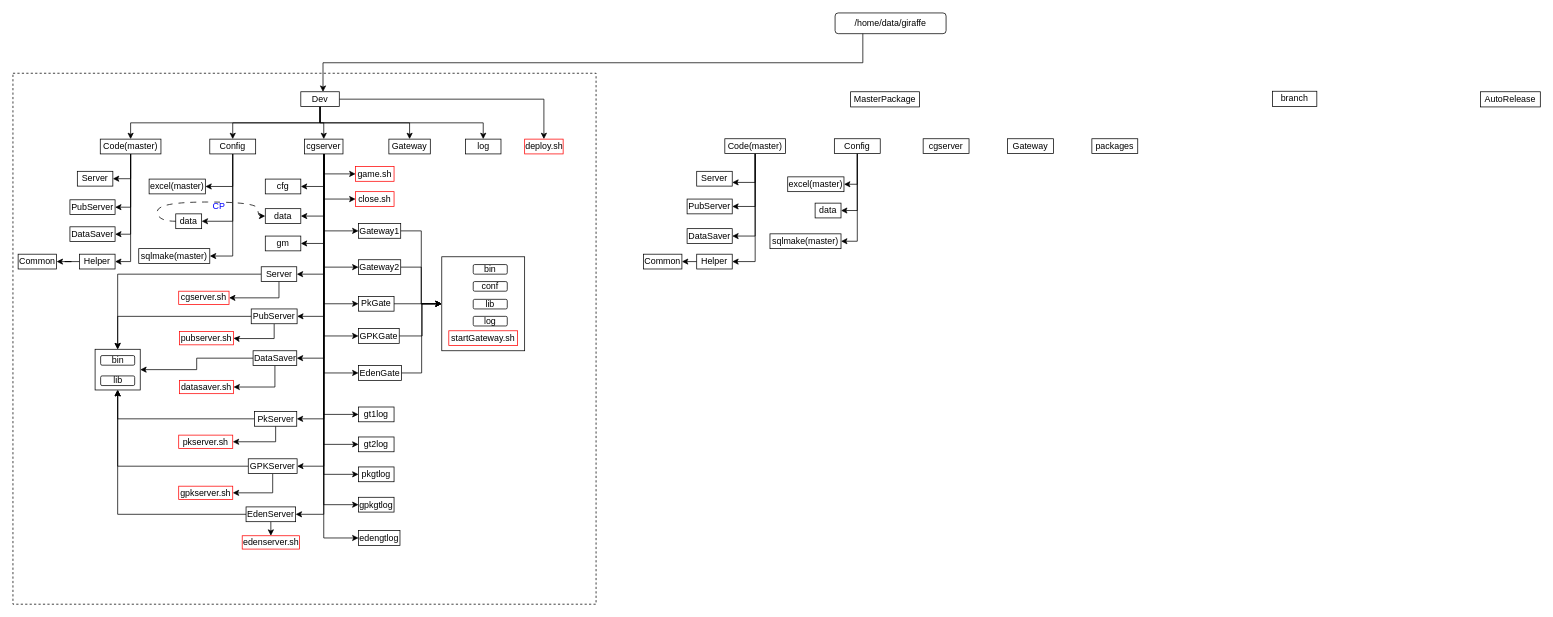
Earlier version of the draw.io diagram cgArch.drawio (xiaodongYao/DrawIO). Source tidied: cells renumbered, new cells numbered last; positions are measured from the earlier drawing's top-left corner, leaving out a move shared by most shapes. Both pictures are drawn from the tidied source at 74%, with x=0, y=0 at pixel (13, 13).
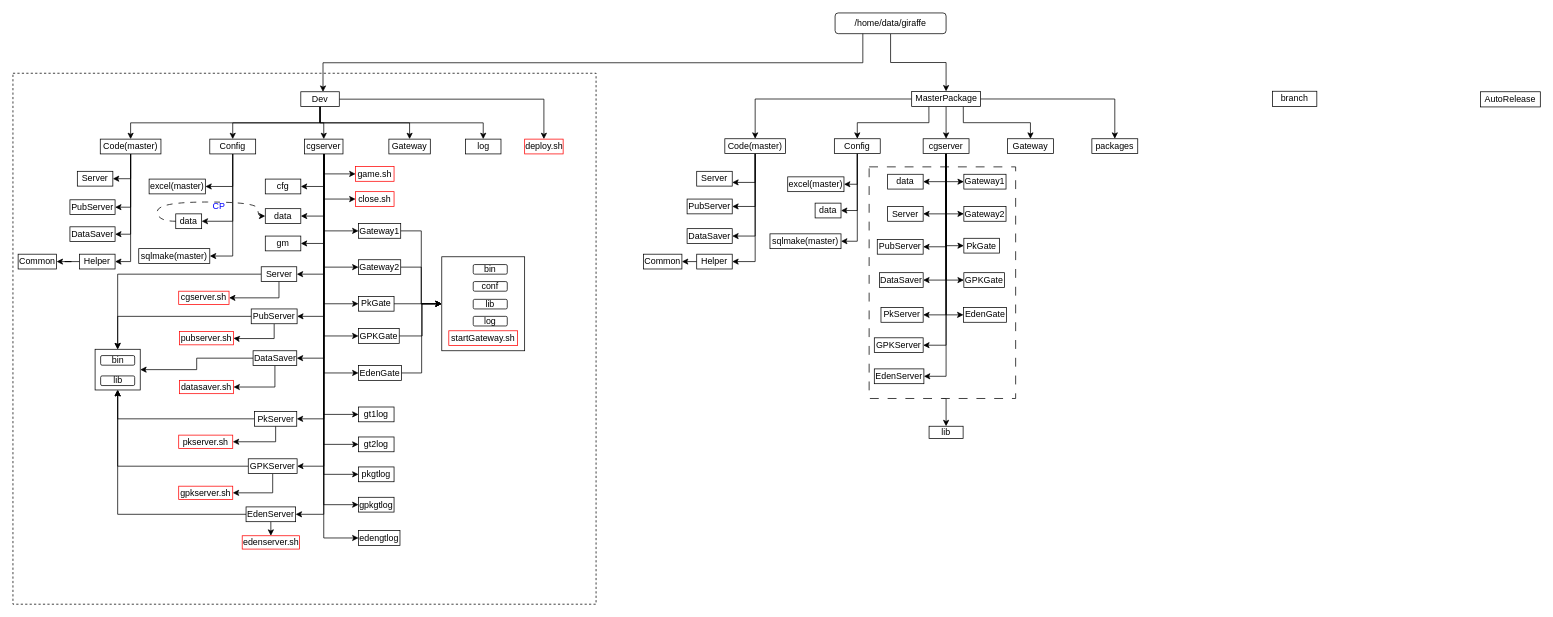
Above is the later version.

Unchanged cells that the change refers to:
```xml
<mxCell id="3" value="/home/data/giraffe" style="rounded=1;whiteSpace=wrap;html=1;" parent="1" vertex="1">
  <mxGeometry x="1111" width="150" height="28" as="geometry" />
</mxCell>
<mxCell id="114" value="Code(master)" style="rounded=0;whiteSpace=wrap;html=1;" parent="1" vertex="1">
  <mxGeometry x="962" y="170" width="82" height="20" as="geometry" />
</mxCell>
<mxCell id="118" value="Config" style="rounded=0;whiteSpace=wrap;html=1;" parent="1" vertex="1">
  <mxGeometry x="1110" y="170" width="62" height="20" as="geometry" />
</mxCell>
<mxCell id="119" value="cgserver" style="rounded=0;whiteSpace=wrap;html=1;" parent="1" vertex="1">
  <mxGeometry x="1230" y="170" width="62" height="20" as="geometry" />
</mxCell>
<mxCell id="120" value="Gateway" style="rounded=0;whiteSpace=wrap;html=1;" parent="1" vertex="1">
  <mxGeometry x="1344" y="170" width="62" height="20" as="geometry" />
</mxCell>
<mxCell id="121" value="packages" style="rounded=0;whiteSpace=wrap;html=1;" parent="1" vertex="1">
  <mxGeometry x="1458" y="170" width="62" height="20" as="geometry" />
</mxCell>
```

Diff of the diagram source:
```diff
@@
+    <mxCell id="134" style="edgeStyle=orthogonalEdgeStyle;rounded=0;jettySize=auto;html=1;exitX=0.5;exitY=1;exitDx=0;exitDy=0;entryX=0.5;entryY=0;entryDx=0;entryDy=0;" parent="1" edge="1" source="135" target="166">
+      <mxGeometry relative="1" as="geometry" />
+    </mxCell>
+    <mxCell id="135" style="rounded=0;whiteSpace=wrap;html=1;dashed=1;dashPattern=12 12;" parent="1" vertex="1">
+      <mxGeometry x="1157" y="208" width="198" height="313" as="geometry" />
+    </mxCell>
@@
+    <mxCell id="136" style="edgeStyle=orthogonalEdgeStyle;rounded=0;jettySize=auto;html=1;exitX=0.5;exitY=1;exitDx=0;exitDy=0;entryX=0.5;entryY=0;entryDx=0;entryDy=0;" parent="1" edge="1" source="3" target="109">
+      <mxGeometry relative="1" as="geometry" />
+    </mxCell>
@@
+    <mxCell id="137" style="edgeStyle=orthogonalEdgeStyle;rounded=0;jettySize=auto;html=1;entryX=0.5;entryY=0;entryDx=0;entryDy=0;" parent="1" edge="1" source="109" target="114">
+      <mxGeometry relative="1" as="geometry" />
+    </mxCell>
+    <mxCell id="138" style="edgeStyle=orthogonalEdgeStyle;rounded=0;jettySize=auto;html=1;exitX=0.25;exitY=1;exitDx=0;exitDy=0;entryX=0.5;entryY=0;entryDx=0;entryDy=0;" parent="1" edge="1" source="109" target="118">
+      <mxGeometry relative="1" as="geometry" />
+    </mxCell>
+    <mxCell id="139" style="edgeStyle=orthogonalEdgeStyle;rounded=0;jettySize=auto;html=1;exitX=0.5;exitY=1;exitDx=0;exitDy=0;entryX=0.5;entryY=0;entryDx=0;entryDy=0;" parent="1" edge="1" source="109" target="119">
+      <mxGeometry relative="1" as="geometry" />
+    </mxCell>
+    <mxCell id="140" style="edgeStyle=orthogonalEdgeStyle;rounded=0;jettySize=auto;html=1;exitX=0.75;exitY=1;exitDx=0;exitDy=0;entryX=0.5;entryY=0;entryDx=0;entryDy=0;" parent="1" edge="1" source="109" target="120">
+      <mxGeometry relative="1" as="geometry" />
+    </mxCell>
+    <mxCell id="141" style="edgeStyle=orthogonalEdgeStyle;rounded=0;jettySize=auto;html=1;exitX=1;exitY=0.5;exitDx=0;exitDy=0;entryX=0.5;entryY=0;entryDx=0;entryDy=0;" parent="1" edge="1" source="109" target="121">
+      <mxGeometry relative="1" as="geometry" />
+    </mxCell>
     <mxCell id="109" value="MasterPackage" style="rounded=0;whiteSpace=wrap;html=1;" parent="1" vertex="1">
-      <mxGeometry x="1132" y="106.5" width="93" height="20.5" as="geometry" />
+      <mxGeometry x="1214.5" y="106" width="93" height="20.5" as="geometry" />
     </mxCell>
@@
+    <mxCell id="142" style="edgeStyle=orthogonalEdgeStyle;rounded=0;jettySize=auto;html=1;exitX=0.5;exitY=1;exitDx=0;exitDy=0;entryX=1;entryY=0.5;entryDx=0;entryDy=0;" parent="1" edge="1" source="119" target="154">
+      <mxGeometry relative="1" as="geometry" />
+    </mxCell>
+    <mxCell id="143" style="edgeStyle=orthogonalEdgeStyle;rounded=0;jettySize=auto;html=1;exitX=0.5;exitY=1;exitDx=0;exitDy=0;entryX=0;entryY=0.5;entryDx=0;entryDy=0;" parent="1" edge="1" source="119" target="158">
+      <mxGeometry relative="1" as="geometry" />
+    </mxCell>
+    <mxCell id="144" style="edgeStyle=orthogonalEdgeStyle;rounded=0;jettySize=auto;html=1;exitX=0.5;exitY=1;exitDx=0;exitDy=0;entryX=1;entryY=0.5;entryDx=0;entryDy=0;" parent="1" edge="1" source="119" target="155">
+      <mxGeometry relative="1" as="geometry" />
+    </mxCell>
+    <mxCell id="145" style="edgeStyle=orthogonalEdgeStyle;rounded=0;jettySize=auto;html=1;exitX=0.5;exitY=1;exitDx=0;exitDy=0;entryX=0;entryY=0.5;entryDx=0;entryDy=0;" parent="1" edge="1" source="119" target="159">
+      <mxGeometry relative="1" as="geometry" />
+    </mxCell>
+    <mxCell id="146" style="edgeStyle=orthogonalEdgeStyle;rounded=0;jettySize=auto;html=1;exitX=0.5;exitY=1;exitDx=0;exitDy=0;entryX=1;entryY=0.5;entryDx=0;entryDy=0;" parent="1" edge="1" source="119" target="156">
+      <mxGeometry relative="1" as="geometry" />
+    </mxCell>
+    <mxCell id="147" style="edgeStyle=orthogonalEdgeStyle;rounded=0;jettySize=auto;html=1;exitX=0.5;exitY=1;exitDx=0;exitDy=0;entryX=0;entryY=0.5;entryDx=0;entryDy=0;" parent="1" edge="1" source="119" target="160">
+      <mxGeometry relative="1" as="geometry" />
+    </mxCell>
+    <mxCell id="148" style="edgeStyle=orthogonalEdgeStyle;rounded=0;jettySize=auto;html=1;exitX=0.5;exitY=1;exitDx=0;exitDy=0;entryX=1;entryY=0.5;entryDx=0;entryDy=0;" parent="1" edge="1" source="119" target="157">
+      <mxGeometry relative="1" as="geometry" />
+    </mxCell>
+    <mxCell id="149" style="edgeStyle=orthogonalEdgeStyle;rounded=0;jettySize=auto;html=1;exitX=0.5;exitY=1;exitDx=0;exitDy=0;entryX=0;entryY=0.5;entryDx=0;entryDy=0;" parent="1" edge="1" source="119" target="161">
+      <mxGeometry relative="1" as="geometry" />
+    </mxCell>
+    <mxCell id="150" style="edgeStyle=orthogonalEdgeStyle;rounded=0;jettySize=auto;html=1;exitX=0.5;exitY=1;exitDx=0;exitDy=0;entryX=1;entryY=0.5;entryDx=0;entryDy=0;" parent="1" edge="1" source="119" target="163">
+      <mxGeometry relative="1" as="geometry" />
+    </mxCell>
+    <mxCell id="151" style="edgeStyle=orthogonalEdgeStyle;rounded=0;jettySize=auto;html=1;exitX=0.5;exitY=1;exitDx=0;exitDy=0;entryX=0;entryY=0.5;entryDx=0;entryDy=0;" parent="1" edge="1" source="119" target="162">
+      <mxGeometry relative="1" as="geometry" />
+    </mxCell>
+    <mxCell id="152" style="edgeStyle=orthogonalEdgeStyle;rounded=0;jettySize=auto;html=1;exitX=0.5;exitY=1;exitDx=0;exitDy=0;entryX=1;entryY=0.5;entryDx=0;entryDy=0;" parent="1" edge="1" source="119" target="164">
+      <mxGeometry relative="1" as="geometry" />
+    </mxCell>
+    <mxCell id="153" style="edgeStyle=orthogonalEdgeStyle;rounded=0;jettySize=auto;html=1;exitX=0.5;exitY=1;exitDx=0;exitDy=0;entryX=1;entryY=0.5;entryDx=0;entryDy=0;" parent="1" edge="1" source="119" target="165">
+      <mxGeometry relative="1" as="geometry" />
+    </mxCell>
@@
+    <mxCell id="154" value="data" style="rounded=0;whiteSpace=wrap;html=1;" parent="1" vertex="1">
+      <mxGeometry x="1182" y="218" width="48" height="20" as="geometry" />
+    </mxCell>
+    <mxCell id="155" value="Server" style="rounded=0;whiteSpace=wrap;html=1;" parent="1" vertex="1">
+      <mxGeometry x="1182" y="261.5" width="48" height="20" as="geometry" />
+    </mxCell>
+    <mxCell id="156" value="PubServer" style="rounded=0;whiteSpace=wrap;html=1;" parent="1" vertex="1">
+      <mxGeometry x="1168" y="306" width="62" height="20" as="geometry" />
+    </mxCell>
+    <mxCell id="157" value="DataSaver" style="rounded=0;whiteSpace=wrap;html=1;" parent="1" vertex="1">
+      <mxGeometry x="1171" y="351" width="59" height="20" as="geometry" />
+    </mxCell>
+    <mxCell id="158" value="Gateway1" style="rounded=0;whiteSpace=wrap;html=1;" parent="1" vertex="1">
+      <mxGeometry x="1285" y="218" width="57" height="20" as="geometry" />
+    </mxCell>
+    <mxCell id="159" value="Gateway2" style="rounded=0;whiteSpace=wrap;html=1;" parent="1" vertex="1">
+      <mxGeometry x="1285" y="261.5" width="57" height="20" as="geometry" />
+    </mxCell>
+    <mxCell id="160" value="PkGate" style="rounded=0;whiteSpace=wrap;html=1;" parent="1" vertex="1">
+      <mxGeometry x="1285" y="304.5" width="48" height="20" as="geometry" />
+    </mxCell>
+    <mxCell id="161" value="GPKGate" style="rounded=0;whiteSpace=wrap;html=1;" parent="1" vertex="1">
+      <mxGeometry x="1285" y="351" width="55" height="20" as="geometry" />
+    </mxCell>
+    <mxCell id="162" value="EdenGate" style="rounded=0;whiteSpace=wrap;html=1;" parent="1" vertex="1">
+      <mxGeometry x="1284.5" y="398" width="58" height="20" as="geometry" />
+    </mxCell>
+    <mxCell id="163" value="PkServer" style="rounded=0;whiteSpace=wrap;html=1;" parent="1" vertex="1">
+      <mxGeometry x="1173" y="398" width="57" height="20" as="geometry" />
+    </mxCell>
+    <mxCell id="164" value="GPKServer" style="rounded=0;whiteSpace=wrap;html=1;" parent="1" vertex="1">
+      <mxGeometry x="1164" y="439" width="66" height="20" as="geometry" />
+    </mxCell>
+    <mxCell id="165" value="EdenServer" style="rounded=0;whiteSpace=wrap;html=1;" parent="1" vertex="1">
+      <mxGeometry x="1164" y="481" width="67" height="20" as="geometry" />
+    </mxCell>
+    <mxCell id="166" value="lib" style="rounded=0;whiteSpace=wrap;html=1;" parent="1" vertex="1">
+      <mxGeometry x="1238" y="558.5" width="46" height="16.5" as="geometry" />
+    </mxCell>
```
